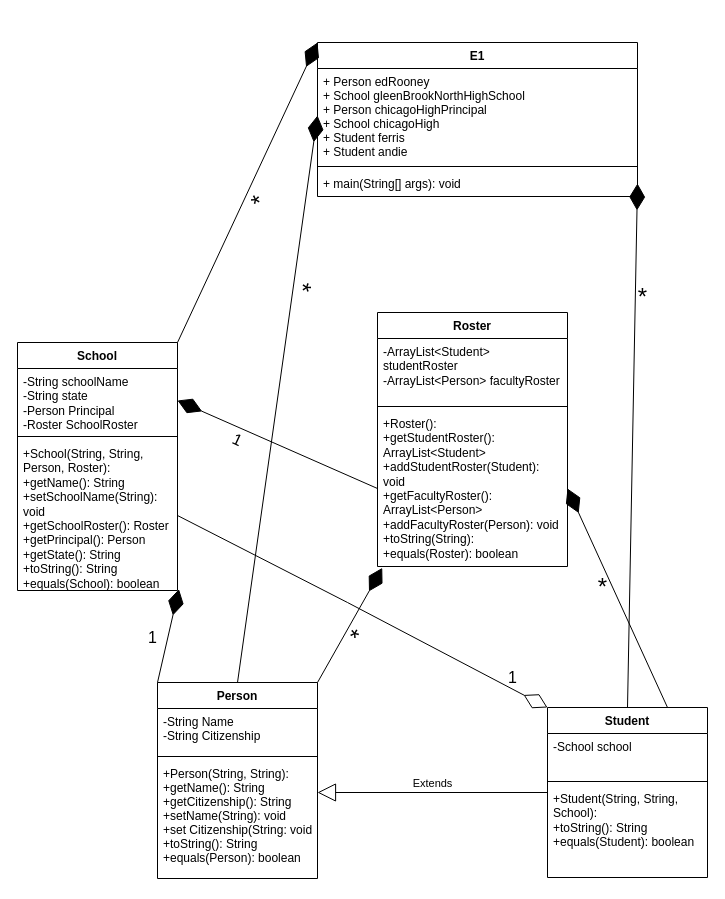
This is Java/Homeworks/E-1/Drawing/Homework E.drawio from Serpent1776/code, a draw.io file, before an edit. Source tidied: cells renumbered, new cells numbered last; positions are measured from the earlier drawing's top-left corner, leaving out a move shared by most shapes. Both pictures are drawn from the tidied source at 100%, with x=0, y=0 at pixel (17, 42).
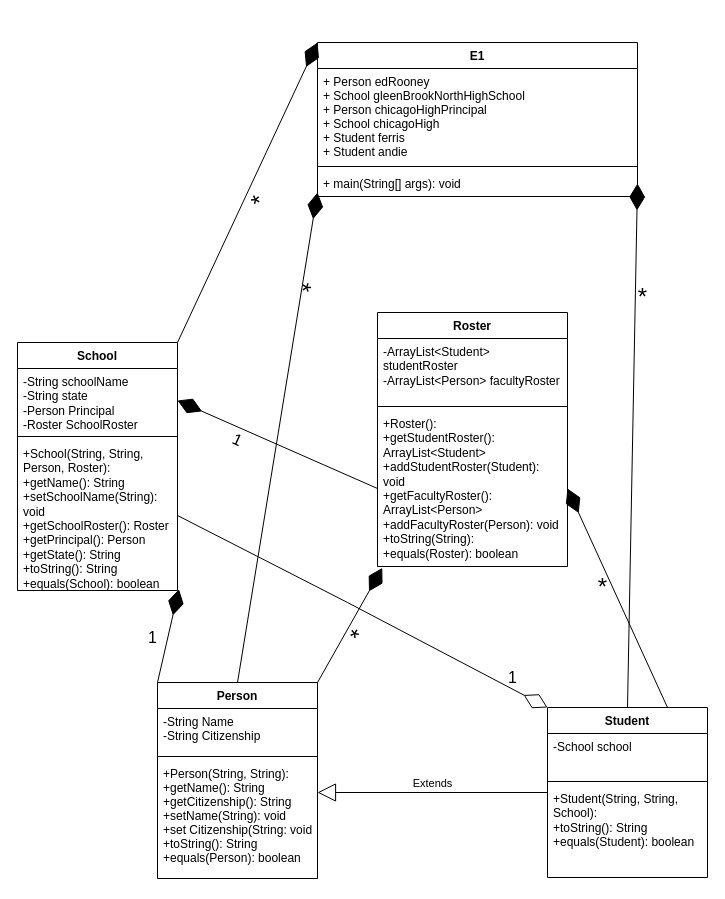
The same page after the edit.

The change refers to these unchanged cells:
```xml
<mxCell id="2" value="Person" style="swimlane;fontStyle=1;align=center;verticalAlign=top;horizontal=1;startSize=26;" parent="1" vertex="1">
  <mxGeometry x="140" y="640" width="160" height="196" as="geometry" />
</mxCell>
<mxCell id="25" value="+ Person edRooney&#10;+ School gleenBrookNorthHighSchool&#10;+ Person chicagoHighPrincipal&#10;+ School chicagoHigh&#10;+ Student ferris&#10;+ Student andie&#10;" style="text;strokeColor=none;fillColor=none;align=left;verticalAlign=top;spacingLeft=4;spacingRight=4;overflow=hidden;points=[[0,0.5],[1,0.5]];portConstraint=eastwest;" parent="24" vertex="1">
  <mxGeometry y="26" width="320" height="94" as="geometry" />
</mxCell>
```

Change to the diagram source:
```diff
@@
-    <mxCell id="35" style="endArrow=diamondThin;endFill=1;endSize=24;html=1;exitX=0.5;exitY=0;exitDx=0;exitDy=0;entryX=0;entryY=0.5;entryDx=0;entryDy=0;" parent="1" edge="1" source="2" target="25">
-      <mxGeometry relative="1" as="geometry" />
+    <mxCell id="35" style="endArrow=diamondThin;endFill=1;endSize=24;html=1;exitX=0.5;exitY=0;exitDx=0;exitDy=0;" parent="1" edge="1" source="2">
+      <mxGeometry relative="1" as="geometry">
+        <mxPoint x="300" y="150" as="targetPoint" />
+      </mxGeometry>
     </mxCell>
```
